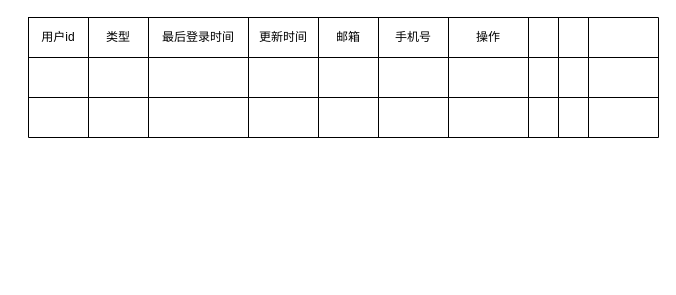
The draw.io diagram Untitled Diagram.drawio in hanchanghai/test, before the edit. Source tidied: cells renumbered, new cells numbered last; positions are measured from the earlier drawing's top-left corner, leaving out a move shared by most shapes. Both pictures are drawn from the tidied source at 100%, with x=0, y=0 at pixel (28, 17).
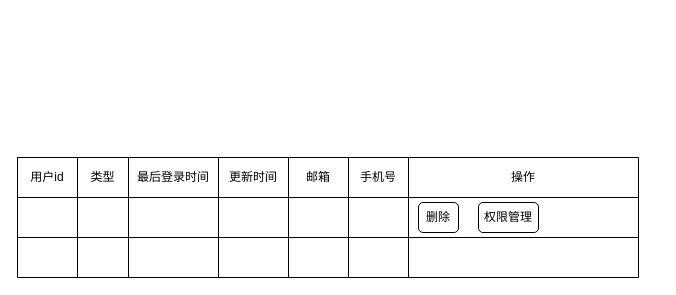
Above is the later version.

Diff of the diagram source:
```diff
@@
-    <mxCell id="2" style="shape=table;html=1;whiteSpace=wrap;startSize=0;childLayout=tableLayout;" parent="1" vertex="1">
-      <mxGeometry width="630" height="120" as="geometry" />
-    </mxCell>
-    <mxCell id="3" style="shape=partialRectangle;html=1;whiteSpace=wrap;fillColor=none;top=0;left=0;bottom=0;right=0;" parent="2" vertex="1">
-      <mxGeometry width="630" height="40" as="geometry" />
-    </mxCell>
+    <mxCell id="36" style="shape=table;html=1;whiteSpace=wrap;startSize=0;childLayout=tableLayout;" parent="1" vertex="1">
+      <mxGeometry x="-11" y="140" width="621" height="120" as="geometry" />
+    </mxCell>
+    <mxCell id="37" style="shape=partialRectangle;html=1;whiteSpace=wrap;fillColor=none;top=0;left=0;bottom=0;right=0;" parent="36" vertex="1">
+      <mxGeometry width="621" height="40" as="geometry" />
+    </mxCell>
-    <mxCell id="4" value="用户id" style="shape=partialRectangle;html=1;whiteSpace=wrap;overflow=hidden;fillColor=none;top=0;left=0;bottom=0;right=0;" parent="3" vertex="1">
+    <mxCell id="4" value="&lt;span&gt;用户id&lt;/span&gt;" style="shape=partialRectangle;html=1;whiteSpace=wrap;overflow=hidden;fillColor=none;top=0;left=0;bottom=0;right=0;" parent="37" vertex="1">
       <mxGeometry width="60" height="40" as="geometry" />
     </mxCell>
-    <mxCell id="5" value="类型" style="shape=partialRectangle;html=1;whiteSpace=wrap;overflow=hidden;fillColor=none;top=0;left=0;bottom=0;right=0;" parent="3" vertex="1">
-      <mxGeometry x="60" width="60" height="40" as="geometry" />
+    <mxCell id="5" value="&lt;span&gt;类型&lt;/span&gt;" style="shape=partialRectangle;html=1;whiteSpace=wrap;overflow=hidden;fillColor=none;top=0;left=0;bottom=0;right=0;" parent="37" vertex="1">
+      <mxGeometry x="60" width="51" height="40" as="geometry" />
     </mxCell>
-    <mxCell id="6" value="最后登录时间" style="shape=partialRectangle;html=1;whiteSpace=wrap;overflow=hidden;fillColor=none;top=0;left=0;bottom=0;right=0;" parent="3" vertex="1">
-      <mxGeometry x="120" width="100" height="40" as="geometry" />
+    <mxCell id="6" value="&lt;span&gt;最后登录时间&lt;/span&gt;" style="shape=partialRectangle;html=1;whiteSpace=wrap;overflow=hidden;fillColor=none;top=0;left=0;bottom=0;right=0;" parent="37" vertex="1">
+      <mxGeometry x="111" width="90" height="40" as="geometry" />
     </mxCell>
-    <mxCell id="7" value="更新时间" style="shape=partialRectangle;html=1;whiteSpace=wrap;overflow=hidden;fillColor=none;top=0;left=0;bottom=0;right=0;" parent="3" vertex="1">
-      <mxGeometry x="220" width="70" height="40" as="geometry" />
+    <mxCell id="7" value="&lt;span&gt;更新时间&lt;/span&gt;" style="shape=partialRectangle;html=1;whiteSpace=wrap;overflow=hidden;fillColor=none;top=0;left=0;bottom=0;right=0;" parent="37" vertex="1">
+      <mxGeometry x="201" width="70" height="40" as="geometry" />
     </mxCell>
-    <mxCell id="8" value="邮箱" style="shape=partialRectangle;html=1;whiteSpace=wrap;overflow=hidden;fillColor=none;top=0;left=0;bottom=0;right=0;" parent="3" vertex="1">
-      <mxGeometry x="290" width="60" height="40" as="geometry" />
+    <mxCell id="8" value="&lt;span&gt;邮箱&lt;/span&gt;" style="shape=partialRectangle;html=1;whiteSpace=wrap;overflow=hidden;fillColor=none;top=0;left=0;bottom=0;right=0;" parent="37" vertex="1">
+      <mxGeometry x="271" width="60" height="40" as="geometry" />
     </mxCell>
-    <mxCell id="9" value="手机号" style="shape=partialRectangle;html=1;whiteSpace=wrap;overflow=hidden;fillColor=none;top=0;left=0;bottom=0;right=0;" parent="3" vertex="1">
-      <mxGeometry x="350" width="70" height="40" as="geometry" />
+    <mxCell id="9" value="&lt;span&gt;手机号&lt;/span&gt;" style="shape=partialRectangle;html=1;whiteSpace=wrap;overflow=hidden;fillColor=none;top=0;left=0;bottom=0;right=0;" parent="37" vertex="1">
+      <mxGeometry x="331" width="60" height="40" as="geometry" />
     </mxCell>
-    <mxCell id="10" value="操作" style="shape=partialRectangle;html=1;whiteSpace=wrap;overflow=hidden;fillColor=none;top=0;left=0;bottom=0;right=0;" parent="3" vertex="1">
-      <mxGeometry x="420" width="80" height="40" as="geometry" />
+    <mxCell id="10" value="&lt;span&gt;操作&lt;/span&gt;" style="shape=partialRectangle;html=1;whiteSpace=wrap;overflow=hidden;fillColor=none;top=0;left=0;bottom=0;right=0;" parent="37" vertex="1">
+      <mxGeometry x="391" width="230" height="40" as="geometry" />
     </mxCell>
-    <mxCell id="11" style="shape=partialRectangle;html=1;whiteSpace=wrap;overflow=hidden;fillColor=none;top=0;left=0;bottom=0;right=0;" parent="3" vertex="1">
-      <mxGeometry x="500" width="30" height="40" as="geometry" />
-    </mxCell>
-    <mxCell id="12" style="shape=partialRectangle;html=1;whiteSpace=wrap;overflow=hidden;fillColor=none;top=0;left=0;bottom=0;right=0;" parent="3" vertex="1">
-      <mxGeometry x="530" width="30" height="40" as="geometry" />
-    </mxCell>
-    <mxCell id="13" style="shape=partialRectangle;html=1;whiteSpace=wrap;overflow=hidden;fillColor=none;top=0;left=0;bottom=0;right=0;" parent="3" vertex="1">
-      <mxGeometry x="560" width="70" height="40" as="geometry" />
-    </mxCell>
-    <mxCell id="14" style="shape=partialRectangle;html=1;whiteSpace=wrap;fillColor=none;top=0;left=0;bottom=0;right=0;" parent="2" vertex="1">
-      <mxGeometry y="40" width="630" height="40" as="geometry" />
-    </mxCell>
-    <mxCell id="15" style="shape=partialRectangle;html=1;whiteSpace=wrap;overflow=hidden;fillColor=none;top=0;left=0;bottom=0;right=0;" parent="14" vertex="1">
-      <mxGeometry width="60" height="40" as="geometry" />
-    </mxCell>
-    <mxCell id="16" style="shape=partialRectangle;html=1;whiteSpace=wrap;overflow=hidden;fillColor=none;top=0;left=0;bottom=0;right=0;" parent="14" vertex="1">
-      <mxGeometry x="60" width="60" height="40" as="geometry" />
-    </mxCell>
-    <mxCell id="17" style="shape=partialRectangle;html=1;whiteSpace=wrap;overflow=hidden;fillColor=none;top=0;left=0;bottom=0;right=0;" parent="14" vertex="1">
-      <mxGeometry x="120" width="100" height="40" as="geometry" />
-    </mxCell>
-    <mxCell id="18" style="shape=partialRectangle;html=1;whiteSpace=wrap;overflow=hidden;fillColor=none;top=0;left=0;bottom=0;right=0;" parent="14" vertex="1">
-      <mxGeometry x="220" width="70" height="40" as="geometry" />
-    </mxCell>
-    <mxCell id="19" style="shape=partialRectangle;html=1;whiteSpace=wrap;overflow=hidden;fillColor=none;top=0;left=0;bottom=0;right=0;" parent="14" vertex="1">
-      <mxGeometry x="290" width="60" height="40" as="geometry" />
-    </mxCell>
-    <mxCell id="20" style="shape=partialRectangle;html=1;whiteSpace=wrap;overflow=hidden;fillColor=none;top=0;left=0;bottom=0;right=0;" parent="14" vertex="1">
-      <mxGeometry x="350" width="70" height="40" as="geometry" />
-    </mxCell>
-    <mxCell id="21" style="shape=partialRectangle;html=1;whiteSpace=wrap;overflow=hidden;fillColor=none;top=0;left=0;bottom=0;right=0;" parent="14" vertex="1">
-      <mxGeometry x="420" width="80" height="40" as="geometry" />
-    </mxCell>
-    <mxCell id="22" style="shape=partialRectangle;html=1;whiteSpace=wrap;overflow=hidden;fillColor=none;top=0;left=0;bottom=0;right=0;" parent="14" vertex="1">
-      <mxGeometry x="500" width="30" height="40" as="geometry" />
-    </mxCell>
-    <mxCell id="23" style="shape=partialRectangle;html=1;whiteSpace=wrap;overflow=hidden;fillColor=none;top=0;left=0;bottom=0;right=0;" parent="14" vertex="1">
-      <mxGeometry x="530" width="30" height="40" as="geometry" />
-    </mxCell>
-    <mxCell id="24" style="shape=partialRectangle;html=1;whiteSpace=wrap;overflow=hidden;fillColor=none;top=0;left=0;bottom=0;right=0;" parent="14" vertex="1">
-      <mxGeometry x="560" width="70" height="40" as="geometry" />
-    </mxCell>
-    <mxCell id="25" style="shape=partialRectangle;html=1;whiteSpace=wrap;fillColor=none;top=0;left=0;bottom=0;right=0;" parent="2" vertex="1">
-      <mxGeometry y="80" width="630" height="40" as="geometry" />
-    </mxCell>
-    <mxCell id="26" style="shape=partialRectangle;html=1;whiteSpace=wrap;overflow=hidden;fillColor=none;top=0;left=0;bottom=0;right=0;" parent="25" vertex="1">
-      <mxGeometry width="60" height="40" as="geometry" />
-    </mxCell>
-    <mxCell id="27" style="shape=partialRectangle;html=1;whiteSpace=wrap;overflow=hidden;fillColor=none;top=0;left=0;bottom=0;right=0;" parent="25" vertex="1">
-      <mxGeometry x="60" width="60" height="40" as="geometry" />
-    </mxCell>
-    <mxCell id="28" style="shape=partialRectangle;html=1;whiteSpace=wrap;overflow=hidden;fillColor=none;top=0;left=0;bottom=0;right=0;" parent="25" vertex="1">
-      <mxGeometry x="120" width="100" height="40" as="geometry" />
-    </mxCell>
-    <mxCell id="29" style="shape=partialRectangle;html=1;whiteSpace=wrap;overflow=hidden;fillColor=none;top=0;left=0;bottom=0;right=0;" parent="25" vertex="1">
-      <mxGeometry x="220" width="70" height="40" as="geometry" />
-    </mxCell>
-    <mxCell id="30" style="shape=partialRectangle;html=1;whiteSpace=wrap;overflow=hidden;fillColor=none;top=0;left=0;bottom=0;right=0;" parent="25" vertex="1">
-      <mxGeometry x="290" width="60" height="40" as="geometry" />
-    </mxCell>
-    <mxCell id="31" style="shape=partialRectangle;html=1;whiteSpace=wrap;overflow=hidden;fillColor=none;top=0;left=0;bottom=0;right=0;" parent="25" vertex="1">
-      <mxGeometry x="350" width="70" height="40" as="geometry" />
-    </mxCell>
-    <mxCell id="32" style="shape=partialRectangle;html=1;whiteSpace=wrap;overflow=hidden;fillColor=none;top=0;left=0;bottom=0;right=0;" parent="25" vertex="1">
-      <mxGeometry x="420" width="80" height="40" as="geometry" />
-    </mxCell>
-    <mxCell id="33" style="shape=partialRectangle;html=1;whiteSpace=wrap;overflow=hidden;fillColor=none;top=0;left=0;bottom=0;right=0;" parent="25" vertex="1">
-      <mxGeometry x="500" width="30" height="40" as="geometry" />
-    </mxCell>
-    <mxCell id="34" style="shape=partialRectangle;html=1;whiteSpace=wrap;overflow=hidden;fillColor=none;top=0;left=0;bottom=0;right=0;" parent="25" vertex="1">
-      <mxGeometry x="530" width="30" height="40" as="geometry" />
-    </mxCell>
-    <mxCell id="35" style="shape=partialRectangle;html=1;whiteSpace=wrap;overflow=hidden;fillColor=none;top=0;left=0;bottom=0;right=0;" parent="25" vertex="1">
-      <mxGeometry x="560" width="70" height="40" as="geometry" />
-    </mxCell>
+    <mxCell id="38" style="shape=partialRectangle;html=1;whiteSpace=wrap;fillColor=none;top=0;left=0;bottom=0;right=0;" parent="36" vertex="1">
+      <mxGeometry y="40" width="621" height="40" as="geometry" />
+    </mxCell>
+    <mxCell id="39" style="shape=partialRectangle;html=1;whiteSpace=wrap;overflow=hidden;fillColor=none;top=0;left=0;bottom=0;right=0;" parent="38" vertex="1">
+      <mxGeometry width="60" height="40" as="geometry" />
+    </mxCell>
+    <mxCell id="40" style="shape=partialRectangle;html=1;whiteSpace=wrap;overflow=hidden;fillColor=none;top=0;left=0;bottom=0;right=0;" parent="38" vertex="1">
+      <mxGeometry x="60" width="51" height="40" as="geometry" />
+    </mxCell>
+    <mxCell id="41" style="shape=partialRectangle;html=1;whiteSpace=wrap;overflow=hidden;fillColor=none;top=0;left=0;bottom=0;right=0;" parent="38" vertex="1">
+      <mxGeometry x="111" width="90" height="40" as="geometry" />
+    </mxCell>
+    <mxCell id="42" style="shape=partialRectangle;html=1;whiteSpace=wrap;overflow=hidden;fillColor=none;top=0;left=0;bottom=0;right=0;" parent="38" vertex="1">
+      <mxGeometry x="201" width="70" height="40" as="geometry" />
+    </mxCell>
+    <mxCell id="43" style="shape=partialRectangle;html=1;whiteSpace=wrap;overflow=hidden;fillColor=none;top=0;left=0;bottom=0;right=0;" parent="38" vertex="1">
+      <mxGeometry x="271" width="60" height="40" as="geometry" />
+    </mxCell>
+    <mxCell id="44" style="shape=partialRectangle;html=1;whiteSpace=wrap;overflow=hidden;fillColor=none;top=0;left=0;bottom=0;right=0;" parent="38" vertex="1">
+      <mxGeometry x="331" width="60" height="40" as="geometry" />
+    </mxCell>
+    <mxCell id="45" style="shape=partialRectangle;html=1;whiteSpace=wrap;overflow=hidden;fillColor=none;top=0;left=0;bottom=0;right=0;" parent="38" vertex="1">
+      <mxGeometry x="391" width="230" height="40" as="geometry" />
+    </mxCell>
+    <mxCell id="46" style="shape=partialRectangle;html=1;whiteSpace=wrap;fillColor=none;top=0;left=0;bottom=0;right=0;" parent="36" vertex="1">
+      <mxGeometry y="80" width="621" height="40" as="geometry" />
+    </mxCell>
+    <mxCell id="47" style="shape=partialRectangle;html=1;whiteSpace=wrap;overflow=hidden;fillColor=none;top=0;left=0;bottom=0;right=0;" parent="46" vertex="1">
+      <mxGeometry width="60" height="40" as="geometry" />
+    </mxCell>
+    <mxCell id="48" style="shape=partialRectangle;html=1;whiteSpace=wrap;overflow=hidden;fillColor=none;top=0;left=0;bottom=0;right=0;" parent="46" vertex="1">
+      <mxGeometry x="60" width="51" height="40" as="geometry" />
+    </mxCell>
+    <mxCell id="49" style="shape=partialRectangle;html=1;whiteSpace=wrap;overflow=hidden;fillColor=none;top=0;left=0;bottom=0;right=0;" parent="46" vertex="1">
+      <mxGeometry x="111" width="90" height="40" as="geometry" />
+    </mxCell>
+    <mxCell id="50" style="shape=partialRectangle;html=1;whiteSpace=wrap;overflow=hidden;fillColor=none;top=0;left=0;bottom=0;right=0;" parent="46" vertex="1">
+      <mxGeometry x="201" width="70" height="40" as="geometry" />
+    </mxCell>
+    <mxCell id="51" style="shape=partialRectangle;html=1;whiteSpace=wrap;overflow=hidden;fillColor=none;top=0;left=0;bottom=0;right=0;" parent="46" vertex="1">
+      <mxGeometry x="271" width="60" height="40" as="geometry" />
+    </mxCell>
+    <mxCell id="52" style="shape=partialRectangle;html=1;whiteSpace=wrap;overflow=hidden;fillColor=none;top=0;left=0;bottom=0;right=0;" parent="46" vertex="1">
+      <mxGeometry x="331" width="60" height="40" as="geometry" />
+    </mxCell>
+    <mxCell id="53" style="shape=partialRectangle;html=1;whiteSpace=wrap;overflow=hidden;fillColor=none;top=0;left=0;bottom=0;right=0;" parent="46" vertex="1">
+      <mxGeometry x="391" width="230" height="40" as="geometry" />
+    </mxCell>
+    <mxCell id="54" value="删除" style="rounded=1;whiteSpace=wrap;html=1;" parent="1" vertex="1">
+      <mxGeometry x="390" y="185" width="40" height="30" as="geometry" />
+    </mxCell>
+    <mxCell id="55" value="权限管理" style="rounded=1;whiteSpace=wrap;html=1;" parent="1" vertex="1">
+      <mxGeometry x="450" y="185" width="60" height="30" as="geometry" />
+    </mxCell>
```
